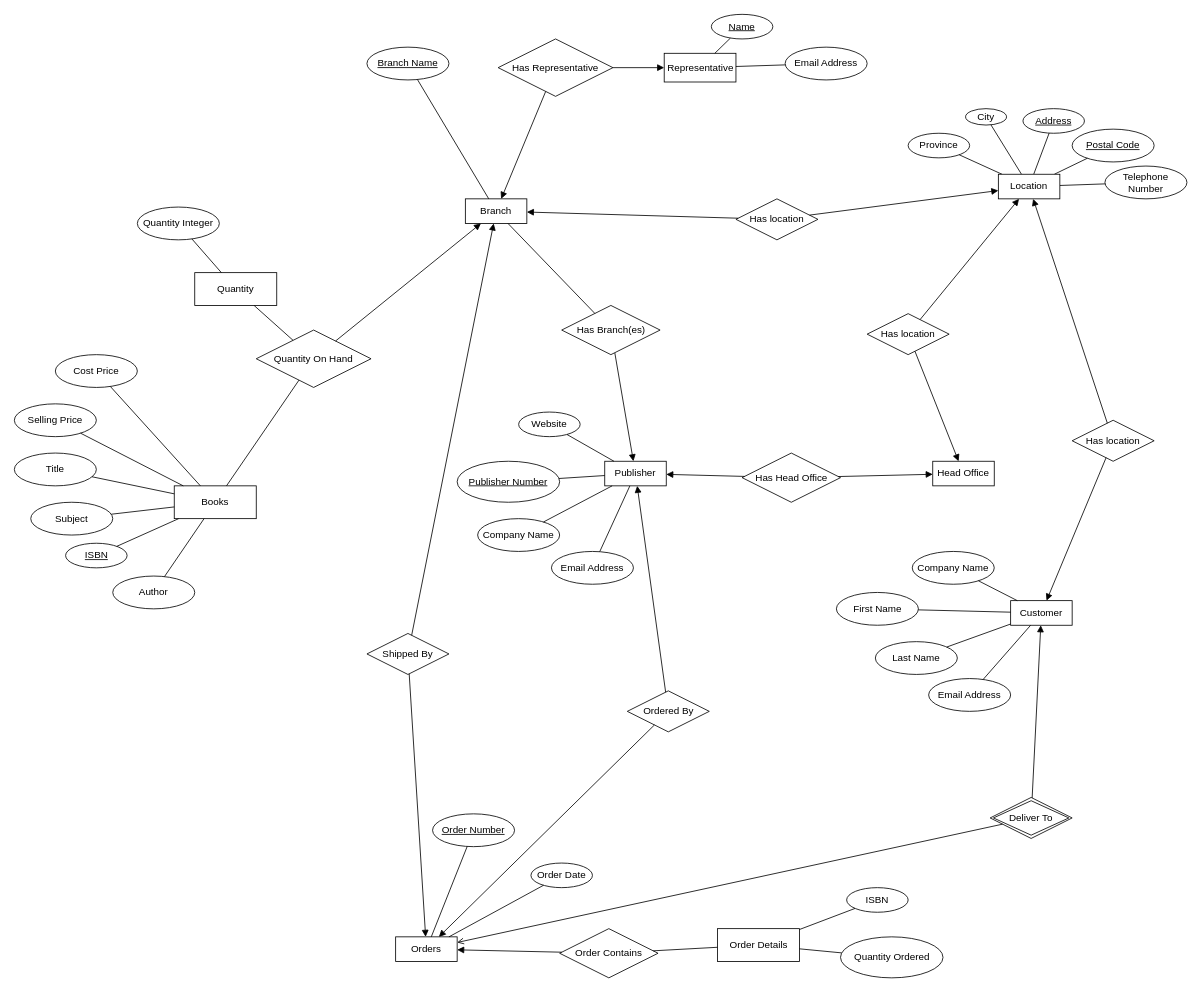
This is ER-diagram.drawio from gordonpn/comp353-warmup-project, a draw.io file, before an edit. Source tidied: cells renumbered, new cells numbered last; positions are measured from the earlier drawing's top-left corner, leaving out a move shared by most shapes. Both pictures are drawn from the tidied source at 82%, with x=0, y=0 at pixel (14, 14).
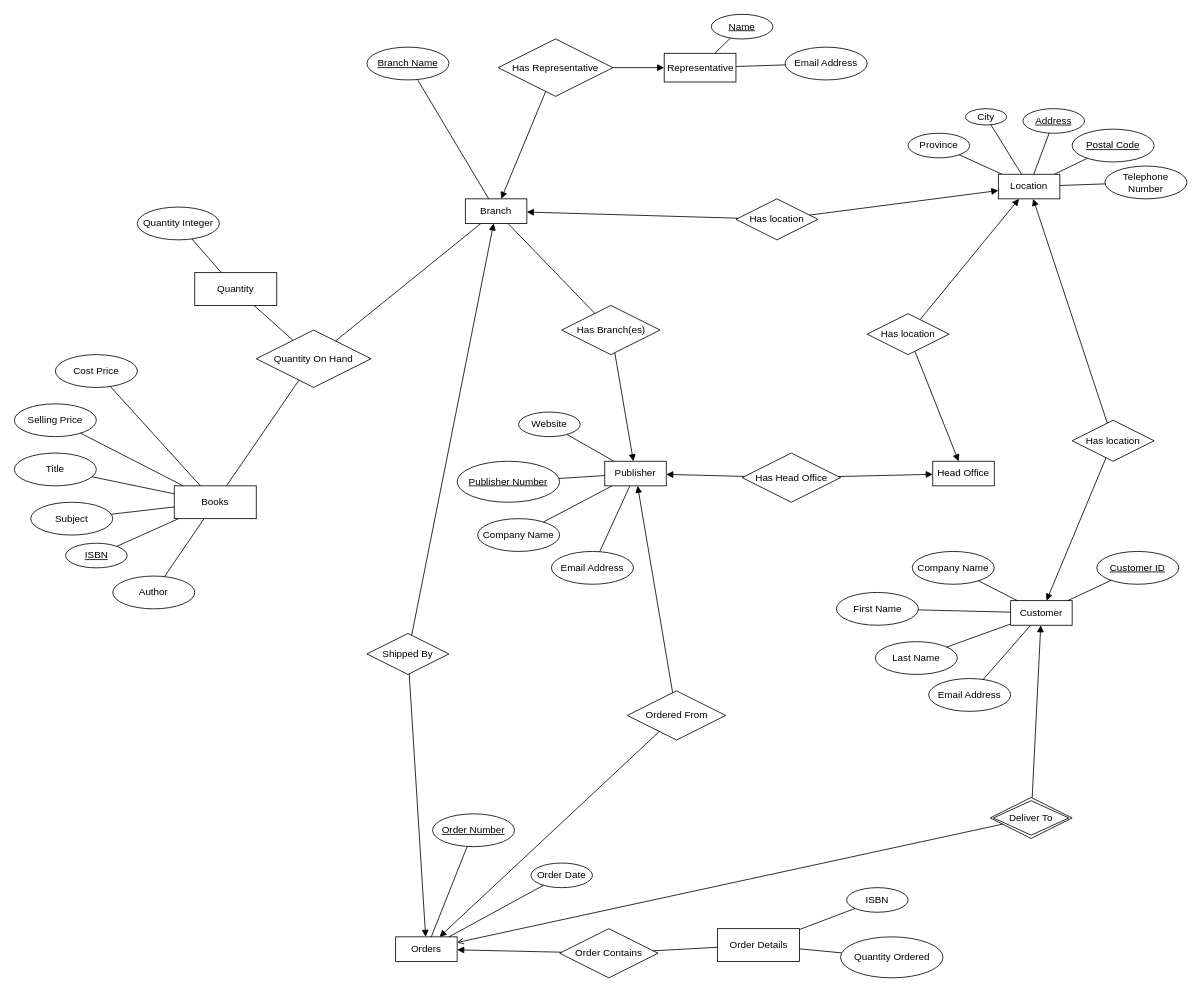
The same diagram, later.

Commit message:
fix: following feedback from teammates

- customer entity missing id
- many-to-many relationship between branch and book quantity on hand

The change refers to these unchanged cells:
```xml
<mxCell id="27" value="Branch" style="whiteSpace=wrap;html=1;align=center;" parent="1" vertex="1">
  <mxGeometry x="550" y="225" width="75" height="30" as="geometry" />
</mxCell>
<mxCell id="61" value="Books" style="whiteSpace=wrap;html=1;align=center;" parent="1" vertex="1">
  <mxGeometry x="195" y="575" width="100" height="40" as="geometry" />
</mxCell>
<mxCell id="68" value="Customer" style="whiteSpace=wrap;html=1;align=center;" parent="1" vertex="1">
  <mxGeometry x="1215" y="715" width="75" height="30" as="geometry" />
</mxCell>
<mxCell id="93" value="Quantity On Hand" style="shape=rhombus;perimeter=rhombusPerimeter;whiteSpace=wrap;html=1;align=center;" parent="1" vertex="1">
  <mxGeometry x="295" y="385" width="140" height="70" as="geometry" />
</mxCell>
```

Diff of the diagram source:
```diff
@@
-    <mxCell id="54" value="Ordered By" style="shape=rhombus;perimeter=rhombusPerimeter;whiteSpace=wrap;html=1;align=center;" parent="1" vertex="1">
-      <mxGeometry x="747.5" y="825" width="100" height="50" as="geometry" />
+    <mxCell id="54" value="Ordered From" style="shape=rhombus;perimeter=rhombusPerimeter;whiteSpace=wrap;html=1;align=center;" parent="1" vertex="1">
+      <mxGeometry x="747.5" y="825" width="120" height="60" as="geometry" />
     </mxCell>
@@
-    <mxCell id="94" style="endArrow=block;html=1;endFill=1;" parent="1" edge="1" source="93" target="27">
+    <mxCell id="94" style="endArrow=none;html=1;endFill=0;" parent="1" edge="1" source="93" target="27">
       <mxGeometry relative="1" as="geometry" />
     </mxCell>
-    <mxCell id="95" style="endArrow=none;html=1;" parent="1" edge="1" source="61" target="93">
+    <mxCell id="95" style="endArrow=none;html=1;endFill=0;startArrow=none;startFill=0;" parent="1" edge="1" source="61" target="93">
       <mxGeometry relative="1" as="geometry" />
     </mxCell>
@@
+    <mxCell id="100" value="&lt;u&gt;Customer ID&lt;/u&gt;" style="ellipse;whiteSpace=wrap;html=1;align=center;" parent="1" vertex="1">
+      <mxGeometry x="1320" y="655" width="100" height="40" as="geometry" />
+    </mxCell>
+    <mxCell id="101" style="endArrow=none;html=1;" parent="1" edge="1" source="68" target="100">
+      <mxGeometry relative="1" as="geometry" />
+    </mxCell>
```
